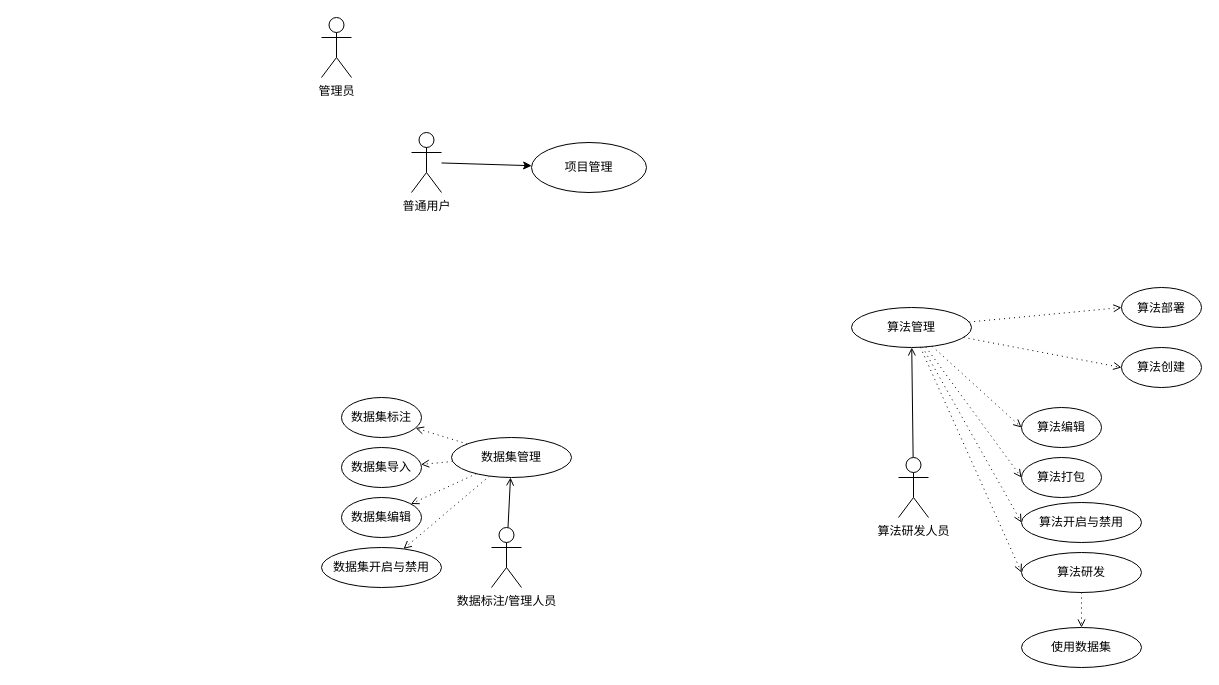
This is 毕设uml/数据标注/管理人员用例图.drawio from bigflyelephant/uml_set, a draw.io file, before an edit. Source tidied: cells renumbered, new cells numbered last; positions are measured from the earlier drawing's top-left corner, leaving out a move shared by most shapes. Both pictures are drawn from the tidied source at 100%, with x=0, y=0 at pixel (321, 17).
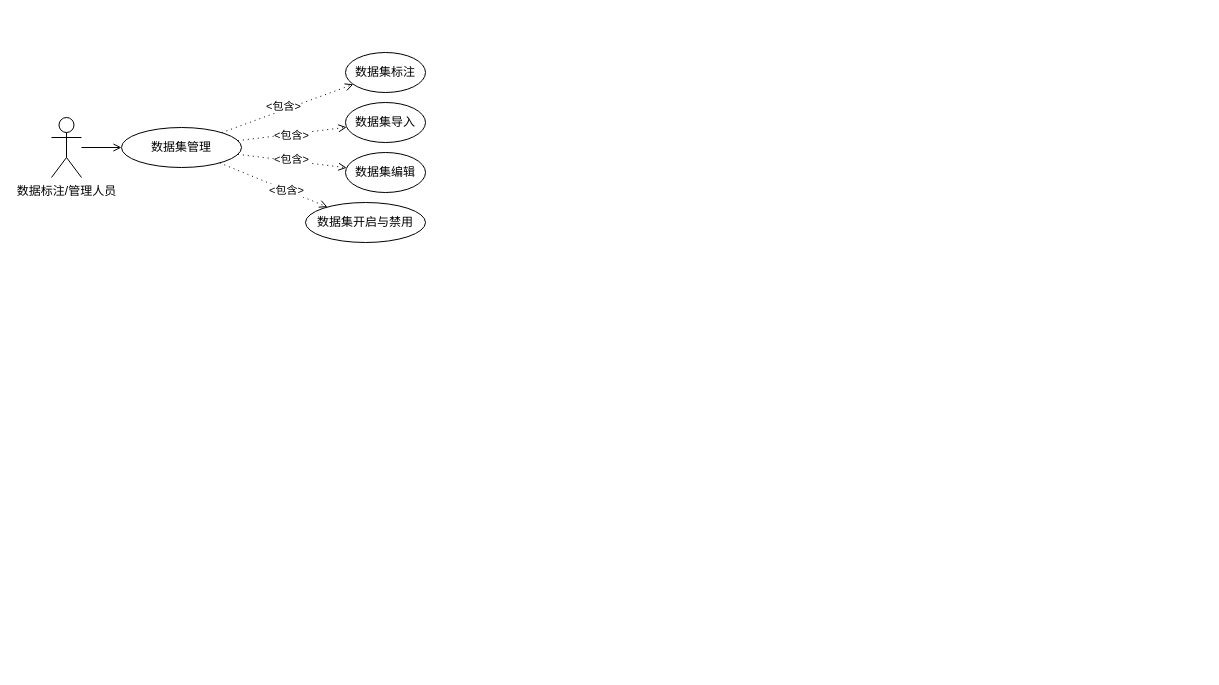
The same page after the edit.

Commit message:
更新数据标注/管理人员用例图.drawio

Unchanged cells that the change refers to:
```xml
<mxCell id="20" style="rounded=0;jettySize=auto;html=1;dashed=1;dashPattern=1 4;strokeWidth=1;jumpSize=6;endArrow=open;endFill=0;" parent="1" edge="1" source="24" target="25">
  <mxGeometry relative="1" as="geometry" />
</mxCell>
<mxCell id="21" style="rounded=0;jettySize=auto;html=1;dashed=1;dashPattern=1 4;strokeWidth=1;jumpSize=6;endArrow=open;endFill=0;" parent="1" edge="1" source="24" target="26">
  <mxGeometry relative="1" as="geometry" />
</mxCell>
<mxCell id="22" style="rounded=0;jettySize=auto;html=1;dashed=1;dashPattern=1 4;strokeWidth=1;jumpSize=6;endArrow=open;endFill=0;" parent="1" edge="1" source="24" target="27">
  <mxGeometry relative="1" as="geometry" />
</mxCell>
<mxCell id="23" style="rounded=0;jettySize=auto;html=1;dashed=1;dashPattern=1 4;strokeWidth=1;jumpSize=6;endArrow=open;endFill=0;" parent="1" edge="1" source="24" target="28">
  <mxGeometry relative="1" as="geometry" />
</mxCell>
```

The edit, as a diff of the source:
```diff
@@
-    <mxCell id="2" style="rounded=0;jettySize=auto;html=1;" parent="1" edge="1" source="3" target="4">
-      <mxGeometry relative="1" as="geometry" />
-    </mxCell>
-    <mxCell id="3" value="普通用户" style="shape=umlActor;verticalLabelPosition=bottom;verticalAlign=top;html=1;outlineConnect=0;" parent="1" vertex="1">
-      <mxGeometry x="90" y="115" width="30" height="60" as="geometry" />
-    </mxCell>
-    <mxCell id="4" value="&lt;p style=&quot;line-height: 100%;&quot;&gt;项目管理&lt;/p&gt;" style="ellipse;whiteSpace=wrap;html=1;verticalAlign=top;" parent="1" vertex="1">
-      <mxGeometry x="210" y="125" width="115" height="50" as="geometry" />
-    </mxCell>
-    <mxCell id="5" value="管理员" style="shape=umlActor;verticalLabelPosition=bottom;verticalAlign=top;html=1;" parent="1" vertex="1">
-      <mxGeometry width="30" height="60" as="geometry" />
-    </mxCell>
-    <mxCell id="6" style="rounded=0;jettySize=auto;html=1;endArrow=open;endFill=0;" parent="1" edge="1" source="7" target="13">
-      <mxGeometry relative="1" as="geometry" />
-    </mxCell>
-    <mxCell id="7" value="算法研发人员" style="shape=umlActor;verticalLabelPosition=bottom;verticalAlign=top;html=1;outlineConnect=0;" parent="1" vertex="1">
-      <mxGeometry x="577" y="440" width="30" height="60" as="geometry" />
-    </mxCell>
-    <mxCell id="8" style="rounded=0;jettySize=auto;html=1;dashed=1;dashPattern=1 4;strokeWidth=1;jumpSize=6;endArrow=open;endFill=0;entryX=0;entryY=0.5;entryDx=0;entryDy=0;" parent="1" edge="1" source="13" target="14">
-      <mxGeometry relative="1" as="geometry" />
-    </mxCell>
-    <mxCell id="9" style="rounded=0;jettySize=auto;html=1;dashed=1;dashPattern=1 4;strokeWidth=1;jumpSize=6;endArrow=open;endFill=0;entryX=0;entryY=0.5;entryDx=0;entryDy=0;" parent="1" edge="1" source="13" target="15">
-      <mxGeometry relative="1" as="geometry" />
-    </mxCell>
-    <mxCell id="10" style="rounded=0;jettySize=auto;html=1;dashed=1;dashPattern=1 4;strokeWidth=1;jumpSize=6;endArrow=open;endFill=0;entryX=0;entryY=0.5;entryDx=0;entryDy=0;" parent="1" edge="1" source="13" target="16">
-      <mxGeometry relative="1" as="geometry" />
-    </mxCell>
-    <mxCell id="11" style="rounded=0;jettySize=auto;html=1;dashed=1;dashPattern=1 4;strokeWidth=1;jumpSize=6;endArrow=open;endFill=0;entryX=0;entryY=0.5;entryDx=0;entryDy=0;" parent="1" edge="1" source="13" target="17">
-      <mxGeometry relative="1" as="geometry" />
-    </mxCell>
-    <mxCell id="12" style="rounded=0;jettySize=auto;html=1;dashed=1;dashPattern=1 4;strokeWidth=1;jumpSize=6;endArrow=open;endFill=0;entryX=0;entryY=0.5;entryDx=0;entryDy=0;" parent="1" edge="1" source="13" target="18">
-      <mxGeometry relative="1" as="geometry" />
-    </mxCell>
-    <mxCell id="13" value="算法管理" style="ellipse;whiteSpace=wrap;html=1;verticalAlign=middle;" parent="1" vertex="1">
-      <mxGeometry x="530" y="290" width="120" height="40" as="geometry" />
-    </mxCell>
-    <mxCell id="14" value="算法创建" style="ellipse;whiteSpace=wrap;html=1;verticalAlign=middle;" parent="1" vertex="1">
-      <mxGeometry x="800" y="330" width="80" height="40" as="geometry" />
-    </mxCell>
-    <mxCell id="15" value="算法编辑" style="ellipse;whiteSpace=wrap;html=1;verticalAlign=middle;" parent="1" vertex="1">
-      <mxGeometry x="700" y="390" width="80" height="40" as="geometry" />
-    </mxCell>
-    <mxCell id="16" value="&lt;p style=&quot;line-height: 100%;&quot;&gt;算法部署&lt;/p&gt;" style="ellipse;whiteSpace=wrap;html=1;verticalAlign=middle;" parent="1" vertex="1">
-      <mxGeometry x="800" y="270" width="80" height="40" as="geometry" />
-    </mxCell>
-    <mxCell id="17" value="算法打包" style="ellipse;whiteSpace=wrap;html=1;verticalAlign=middle;" parent="1" vertex="1">
-      <mxGeometry x="700" y="440" width="80" height="40" as="geometry" />
-    </mxCell>
-    <mxCell id="18" value="算法开启与禁用" style="ellipse;whiteSpace=wrap;html=1;verticalAlign=middle;" parent="1" vertex="1">
-      <mxGeometry x="700" y="485" width="120" height="40" as="geometry" />
-    </mxCell>
     <mxCell id="19" value="数据标注/管理人员" style="shape=umlActor;verticalLabelPosition=bottom;verticalAlign=top;html=1;outlineConnect=0;" parent="1" vertex="1">
-      <mxGeometry x="170" y="510" width="30" height="60" as="geometry" />
+      <mxGeometry x="-270" y="100" width="30" height="60" as="geometry" />
     </mxCell>
@@
+    <mxCell id="34" value="&amp;lt;包含&amp;gt;" style="edgeLabel;html=1;align=center;verticalAlign=middle;" parent="20" vertex="1">
+      <mxGeometry x="-0.28" y="1" relative="1" as="geometry">
+        <mxPoint x="15" as="offset" />
+      </mxGeometry>
+    </mxCell>
@@
+    <mxCell id="35" value="&amp;lt;包含&amp;gt;" style="edgeLabel;html=1;align=center;verticalAlign=middle;" parent="21" vertex="1">
+      <mxGeometry x="-0.32" relative="1" as="geometry">
+        <mxPoint x="16" as="offset" />
+      </mxGeometry>
+    </mxCell>
@@
+    <mxCell id="36" value="&amp;lt;包含&amp;gt;" style="edgeLabel;html=1;align=center;verticalAlign=middle;" parent="22" vertex="1">
+      <mxGeometry x="0.19" y="-2" relative="1" as="geometry">
+        <mxPoint x="-17" as="offset" />
+      </mxGeometry>
+    </mxCell>
@@
+    <mxCell id="37" value="&amp;lt;包含&amp;gt;" style="edgeLabel;html=1;align=center;verticalAlign=middle;" parent="23" vertex="1">
+      <mxGeometry x="0.23" relative="1" as="geometry" />
+    </mxCell>
     <mxCell id="24" value="数据集管理" style="ellipse;whiteSpace=wrap;html=1;verticalAlign=middle;" parent="1" vertex="1">
-      <mxGeometry x="130" y="420" width="120" height="40" as="geometry" />
+      <mxGeometry x="-200" y="110" width="120" height="40" as="geometry" />
     </mxCell>
     <mxCell id="25" value="数据集导入" style="ellipse;whiteSpace=wrap;html=1;verticalAlign=middle;" parent="1" vertex="1">
-      <mxGeometry x="20" y="430" width="80" height="40" as="geometry" />
+      <mxGeometry x="24" y="85" width="80" height="40" as="geometry" />
     </mxCell>
     <mxCell id="26" value="数据集编辑" style="ellipse;whiteSpace=wrap;html=1;verticalAlign=middle;" parent="1" vertex="1">
-      <mxGeometry x="20" y="480" width="80" height="40" as="geometry" />
+      <mxGeometry x="24" y="135" width="80" height="40" as="geometry" />
     </mxCell>
     <mxCell id="27" value="数据集&lt;span style=&quot;background-color: initial;&quot;&gt;标注&lt;/span&gt;" style="ellipse;whiteSpace=wrap;html=1;verticalAlign=middle;" parent="1" vertex="1">
-      <mxGeometry x="20" y="380" width="80" height="40" as="geometry" />
+      <mxGeometry x="24" y="35" width="80" height="40" as="geometry" />
     </mxCell>
     <mxCell id="28" value="数据集开启与禁用" style="ellipse;whiteSpace=wrap;html=1;verticalAlign=middle;" parent="1" vertex="1">
-      <mxGeometry y="530" width="120" height="40" as="geometry" />
+      <mxGeometry x="-16" y="185" width="120" height="40" as="geometry" />
     </mxCell>
@@
-    <mxCell id="30" style="rounded=0;jettySize=auto;html=1;dashed=1;dashPattern=1 4;strokeWidth=1;jumpSize=6;endArrow=open;endFill=0;entryX=0;entryY=0.5;entryDx=0;entryDy=0;" parent="1" edge="1" source="13" target="31">
-      <mxGeometry relative="1" as="geometry" />
-    </mxCell>
-    <mxCell id="31" value="算法研发" style="ellipse;whiteSpace=wrap;html=1;verticalAlign=middle;" parent="1" vertex="1">
-      <mxGeometry x="700" y="535" width="120" height="40" as="geometry" />
-    </mxCell>
-    <mxCell id="32" style="rounded=0;jettySize=auto;html=1;dashed=1;dashPattern=1 4;strokeWidth=1;jumpSize=6;endArrow=open;endFill=0;" parent="1" edge="1" source="31" target="33">
-      <mxGeometry relative="1" as="geometry" />
-    </mxCell>
-    <mxCell id="33" value="使用数据集" style="ellipse;whiteSpace=wrap;html=1;verticalAlign=middle;" parent="1" vertex="1">
-      <mxGeometry x="700" y="610" width="120" height="40" as="geometry" />
-    </mxCell>
```
